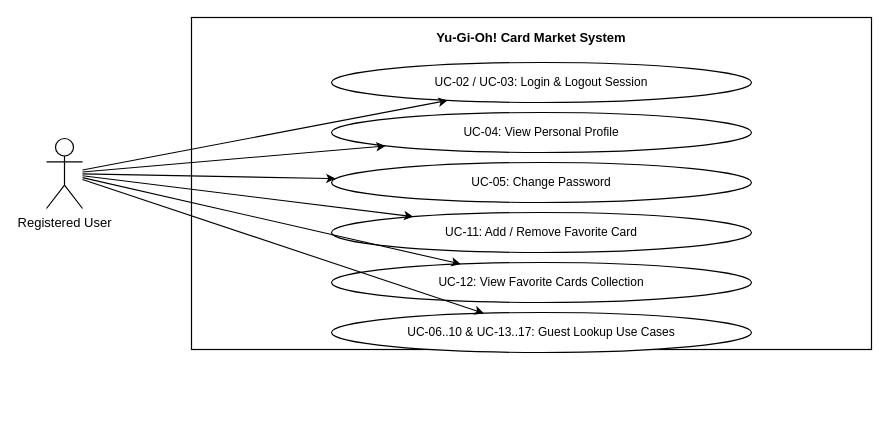
The draw.io diagram page "1.3.3.2 Use Cases for Registered User" (2 of 3) of Tai lieu/Draw.io/SRS_1_3_Use_Case_Diagrams.drawio in minhthanh1806/PROJECT_SDN, before the edit. Source tidied: cells renumbered, new cells numbered last; positions are measured from the earlier drawing's top-left corner, leaving out a move shared by most shapes. Both pictures are drawn from the tidied source at 100%, with x=0, y=0 at pixel (46, 17).
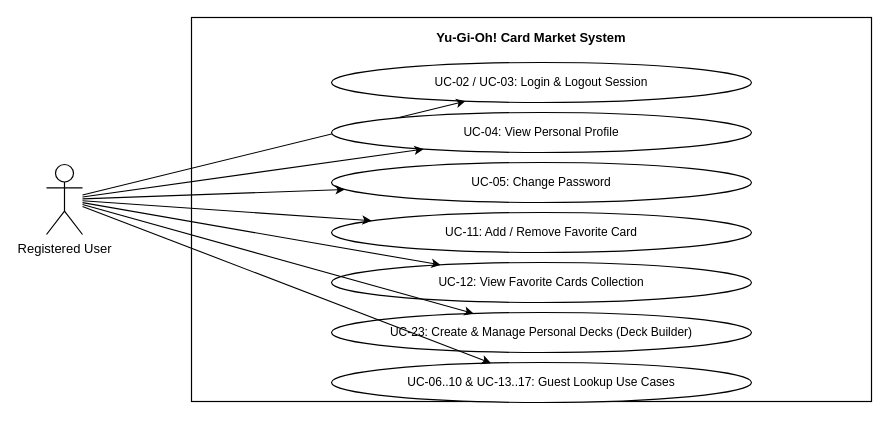
Above is the later version.

The edit, as a diff of the source:
```diff
@@
 <mxGraphModel>
   <root>
     <mxCell id="0" />
     <mxCell id="1" parent="0" />
     <mxCell id="2" value="Yu-Gi-Oh! Card Market System" style="rounded=0;whiteSpace=wrap;html=1;fillColor=none;strokeColor=#000000;strokeWidth=1.2;verticalAlign=top;align=center;fontSize=13;fontStyle=1;fontColor=#000000;spacingTop=6;" parent="1" vertex="1">
-      <mxGeometry x="145" width="680" height="332" as="geometry" />
+      <mxGeometry x="145" width="680" height="384" as="geometry" />
     </mxCell>
     <mxCell id="3" value="Registered User" style="shape=umlActor;verticalLabelPosition=bottom;verticalAlign=top;html=1;outlineConnect=0;fillColor=#ffffff;strokeColor=#000000;fontColor=#000000;fontSize=13;strokeWidth=1.2;" parent="1" vertex="1">
-      <mxGeometry y="121" width="36" height="70" as="geometry" />
+      <mxGeometry y="147" width="36" height="70" as="geometry" />
     </mxCell>
     <mxCell id="4" value="UC-02 / UC-03: Login &amp; Logout Session" style="ellipse;whiteSpace=wrap;html=1;fillColor=#ffffff;strokeColor=#000000;fontColor=#000000;fontSize=12;strokeWidth=1.2;" parent="1" vertex="1">
       <mxGeometry x="285" y="45" width="420" height="40" as="geometry" />
     </mxCell>
     <mxCell id="5" style="rounded=0;html=1;endArrow=classic;endFill=1;strokeColor=#000000;fontColor=#000000;fontSize=11;labelBackgroundColor=#ffffff;strokeWidth=1.1;" parent="1" edge="1" source="3" target="4">
       <mxGeometry relative="1" as="geometry" />
     </mxCell>
     <mxCell id="6" value="UC-04: View Personal Profile" style="ellipse;whiteSpace=wrap;html=1;fillColor=#ffffff;strokeColor=#000000;fontColor=#000000;fontSize=12;strokeWidth=1.2;" parent="1" vertex="1">
       <mxGeometry x="285" y="95" width="420" height="40" as="geometry" />
     </mxCell>
     <mxCell id="7" style="rounded=0;html=1;endArrow=classic;endFill=1;strokeColor=#000000;fontColor=#000000;fontSize=11;labelBackgroundColor=#ffffff;strokeWidth=1.1;" parent="1" edge="1" source="3" target="6">
       <mxGeometry relative="1" as="geometry" />
     </mxCell>
     <mxCell id="8" value="UC-05: Change Password" style="ellipse;whiteSpace=wrap;html=1;fillColor=#ffffff;strokeColor=#000000;fontColor=#000000;fontSize=12;strokeWidth=1.2;" parent="1" vertex="1">
       <mxGeometry x="285" y="145" width="420" height="40" as="geometry" />
     </mxCell>
     <mxCell id="9" style="rounded=0;html=1;endArrow=classic;endFill=1;strokeColor=#000000;fontColor=#000000;fontSize=11;labelBackgroundColor=#ffffff;strokeWidth=1.1;" parent="1" edge="1" source="3" target="8">
       <mxGeometry relative="1" as="geometry" />
     </mxCell>
     <mxCell id="10" value="UC-11: Add / Remove Favorite Card" style="ellipse;whiteSpace=wrap;html=1;fillColor=#ffffff;strokeColor=#000000;fontColor=#000000;fontSize=12;strokeWidth=1.2;" parent="1" vertex="1">
       <mxGeometry x="285" y="195" width="420" height="40" as="geometry" />
     </mxCell>
     <mxCell id="11" style="rounded=0;html=1;endArrow=classic;endFill=1;strokeColor=#000000;fontColor=#000000;fontSize=11;labelBackgroundColor=#ffffff;strokeWidth=1.1;" parent="1" edge="1" source="3" target="10">
       <mxGeometry relative="1" as="geometry" />
     </mxCell>
     <mxCell id="12" value="UC-12: View Favorite Cards Collection" style="ellipse;whiteSpace=wrap;html=1;fillColor=#ffffff;strokeColor=#000000;fontColor=#000000;fontSize=12;strokeWidth=1.2;" parent="1" vertex="1">
       <mxGeometry x="285" y="245" width="420" height="40" as="geometry" />
     </mxCell>
     <mxCell id="13" style="rounded=0;html=1;endArrow=classic;endFill=1;strokeColor=#000000;fontColor=#000000;fontSize=11;labelBackgroundColor=#ffffff;strokeWidth=1.1;" parent="1" edge="1" source="3" target="12">
       <mxGeometry relative="1" as="geometry" />
     </mxCell>
-    <mxCell id="14" value="UC-06..10 &amp; UC-13..17: Guest Lookup Use Cases" style="ellipse;whiteSpace=wrap;html=1;fillColor=#ffffff;strokeColor=#000000;fontColor=#000000;fontSize=12;strokeWidth=1.2;" parent="1" vertex="1">
+    <mxCell id="14" value="UC-23: Create &amp; Manage Personal Decks (Deck Builder)" style="ellipse;whiteSpace=wrap;html=1;fillColor=#ffffff;strokeColor=#000000;fontColor=#000000;fontSize=12;strokeWidth=1.2;" parent="1" vertex="1">
       <mxGeometry x="285" y="295" width="420" height="40" as="geometry" />
     </mxCell>
     <mxCell id="15" style="rounded=0;html=1;endArrow=classic;endFill=1;strokeColor=#000000;fontColor=#000000;fontSize=11;labelBackgroundColor=#ffffff;strokeWidth=1.1;" parent="1" edge="1" source="3" target="14">
       <mxGeometry relative="1" as="geometry" />
     </mxCell>
+    <mxCell id="16" value="UC-06..10 &amp; UC-13..17: Guest Lookup Use Cases" style="ellipse;whiteSpace=wrap;html=1;fillColor=#ffffff;strokeColor=#000000;fontColor=#000000;fontSize=12;strokeWidth=1.2;" parent="1" vertex="1">
+      <mxGeometry x="285" y="345" width="420" height="40" as="geometry" />
+    </mxCell>
+    <mxCell id="17" style="rounded=0;html=1;endArrow=classic;endFill=1;strokeColor=#000000;fontColor=#000000;fontSize=11;labelBackgroundColor=#ffffff;strokeWidth=1.1;" parent="1" edge="1" source="3" target="16">
+      <mxGeometry relative="1" as="geometry" />
+    </mxCell>
   </root>
 </mxGraphModel>
```
